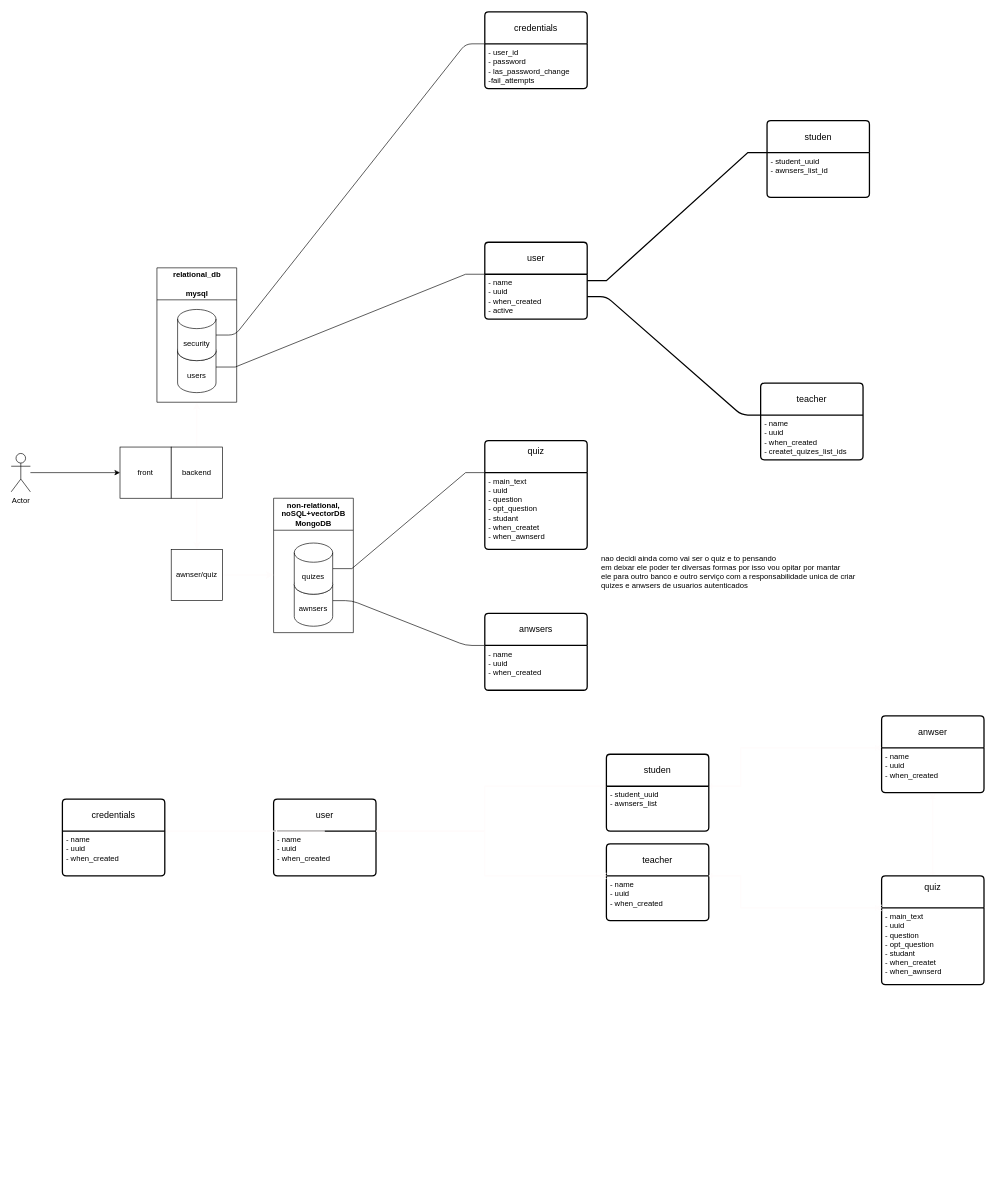
Above: doc/system-design.drawio in quiz2llm/quiz2llm (draw.io), before the change. Source tidied: cells renumbered, new cells numbered last; positions are measured from the earlier drawing's top-left corner, leaving out a move shared by most shapes. Both pictures are drawn from the tidied source at 64%, with x=0, y=0 at pixel (11, 12).
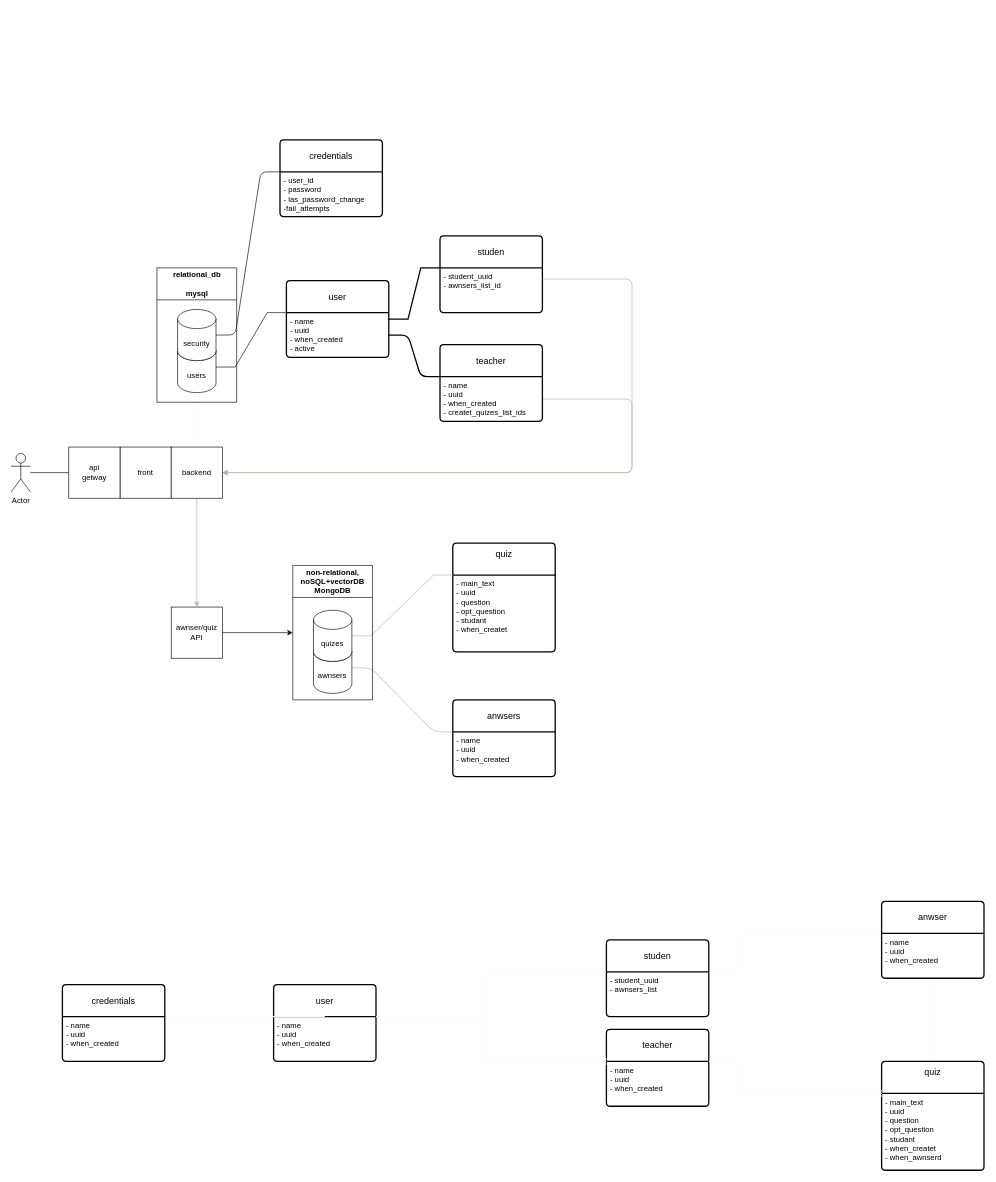
The same diagram, later.

Unchanged cells that the change refers to:
```xml
<mxCell id="3" value="front" style="whiteSpace=wrap;html=1;" parent="1" vertex="1">
  <mxGeometry x="170" y="680" width="80" height="80" as="geometry" />
</mxCell>
<mxCell id="6" value="&lt;div&gt;backend&lt;/div&gt;" style="whiteSpace=wrap;html=1;" parent="1" vertex="1">
  <mxGeometry x="250" y="680" width="80" height="80" as="geometry" />
</mxCell>
<mxCell id="14" value="Actor" style="shape=umlActor;verticalLabelPosition=bottom;verticalAlign=top;html=1;outlineConnect=0;" parent="1" vertex="1">
  <mxGeometry y="690" width="30" height="60" as="geometry" />
</mxCell>
<mxCell id="16" value="&lt;div&gt;- student_uuid&lt;/div&gt;&lt;div&gt;&lt;span style=&quot;background-color: initial;&quot;&gt;- awnsers_list_id&lt;/span&gt;&lt;/div&gt;&lt;div&gt;&lt;/div&gt;" style="align=left;strokeColor=none;fillColor=none;spacingLeft=4;spacingRight=4;fontSize=12;verticalAlign=top;html=1;whiteSpace=wrap;" parent="15" vertex="1">
  <mxGeometry y="50" width="160" height="70" as="geometry" />
</mxCell>
<mxCell id="18" value="&lt;div&gt;- name&lt;/div&gt;&lt;div&gt;- uuid&lt;/div&gt;&lt;div&gt;- when_created&lt;/div&gt;&lt;div&gt;- createt_quizes_list_ids&lt;/div&gt;" style="align=left;strokeColor=none;fillColor=none;spacingLeft=4;spacingRight=4;fontSize=12;verticalAlign=top;html=1;whiteSpace=wrap;" parent="17" vertex="1">
  <mxGeometry y="50" width="160" height="70" as="geometry" />
</mxCell>
<mxCell id="22" value="&lt;div&gt;- name&lt;/div&gt;&lt;div&gt;- uuid&lt;/div&gt;&lt;div&gt;- when_created&lt;/div&gt;" style="align=left;strokeColor=none;fillColor=none;spacingLeft=4;spacingRight=4;fontSize=12;verticalAlign=top;html=1;whiteSpace=wrap;" parent="21" vertex="1">
  <mxGeometry y="50" width="160" height="70" as="geometry" />
</mxCell>
<mxCell id="28" value="&lt;div&gt;- name&lt;/div&gt;&lt;div&gt;- uuid&lt;/div&gt;&lt;div&gt;- when_created&lt;/div&gt;" style="align=left;strokeColor=none;fillColor=none;spacingLeft=4;spacingRight=4;fontSize=12;verticalAlign=top;html=1;whiteSpace=wrap;strokeWidth=2;" parent="27" vertex="1">
  <mxGeometry y="50" width="160" height="70" as="geometry" />
</mxCell>
<mxCell id="31" value="&lt;div&gt;- main_text&lt;/div&gt;&lt;div&gt;- uuid&lt;br&gt;- question&lt;/div&gt;&lt;div&gt;- opt_question&lt;/div&gt;&lt;div&gt;- studant&lt;/div&gt;&lt;div&gt;- when_createt&lt;/div&gt;&lt;div&gt;- when_awnserd&lt;/div&gt;&lt;div&gt;&lt;br&gt;&lt;/div&gt;" style="align=left;strokeColor=none;fillColor=none;spacingLeft=4;spacingRight=4;fontSize=12;verticalAlign=top;html=1;whiteSpace=wrap;" parent="30" vertex="1">
  <mxGeometry y="50" width="160" height="120" as="geometry" />
</mxCell>
<mxCell id="34" value="&lt;div&gt;- student_uuid&lt;/div&gt;&lt;div&gt;&lt;span style=&quot;background-color: initial;&quot;&gt;- awnsers_list&lt;/span&gt;&lt;/div&gt;&lt;div&gt;&lt;/div&gt;" style="align=left;strokeColor=none;fillColor=none;spacingLeft=4;spacingRight=4;fontSize=12;verticalAlign=top;html=1;whiteSpace=wrap;strokeWidth=2;" parent="33" vertex="1">
  <mxGeometry y="50" width="160" height="70" as="geometry" />
</mxCell>
<mxCell id="36" value="&lt;div&gt;- name&lt;/div&gt;&lt;div&gt;- uuid&lt;/div&gt;&lt;div&gt;- when_created&lt;/div&gt;" style="align=left;strokeColor=none;fillColor=none;spacingLeft=4;spacingRight=4;fontSize=12;verticalAlign=top;html=1;whiteSpace=wrap;strokeWidth=2;" parent="35" vertex="1">
  <mxGeometry y="50" width="160" height="70" as="geometry" />
</mxCell>
<mxCell id="38" value="&lt;div&gt;- name&lt;/div&gt;&lt;div&gt;- uuid&lt;/div&gt;&lt;div&gt;- when_created&lt;/div&gt;" style="align=left;strokeColor=none;fillColor=none;spacingLeft=4;spacingRight=4;fontSize=12;verticalAlign=top;html=1;whiteSpace=wrap;" parent="37" vertex="1">
  <mxGeometry y="50" width="160" height="70" as="geometry" />
</mxCell>
<mxCell id="41" value="&lt;div&gt;- name&lt;/div&gt;&lt;div&gt;- uuid&lt;/div&gt;&lt;div&gt;- when_created&lt;/div&gt;" style="align=left;strokeColor=none;fillColor=none;spacingLeft=4;spacingRight=4;fontSize=12;verticalAlign=top;html=1;whiteSpace=wrap;" parent="40" vertex="1">
  <mxGeometry y="50" width="160" height="70" as="geometry" />
</mxCell>
<mxCell id="45" value="awnsers" style="shape=cylinder3;whiteSpace=wrap;html=1;boundedLbl=1;backgroundOutline=1;size=15;" parent="44" vertex="1">
  <mxGeometry x="32.3" y="120" width="60" height="80" as="geometry" />
</mxCell>
<mxCell id="46" value="quizes" style="shape=cylinder3;whiteSpace=wrap;html=1;boundedLbl=1;backgroundOutline=1;size=15;" parent="44" vertex="1">
  <mxGeometry x="32.3" y="70" width="60" height="80" as="geometry" />
</mxCell>
<mxCell id="50" value="relational_db&lt;br&gt;&lt;br&gt;mysql" style="swimlane;whiteSpace=wrap;html=1;startSize=50;" parent="49" vertex="1">
  <mxGeometry width="124.6" height="210" as="geometry" />
</mxCell>
```

Change to the diagram source:
```diff
@@
-    <mxCell id="2" style="edgeStyle=entityRelationEdgeStyle;html=1;entryX=0;entryY=0;entryDx=0;entryDy=0;endArrow=none;endFill=0;" parent="1" edge="1" source="45" target="22">
+    <mxCell id="2" style="edgeStyle=entityRelationEdgeStyle;html=1;entryX=0;entryY=0;entryDx=0;entryDy=0;endArrow=none;endFill=0;fillColor=#e3c800;strokeColor=#AFB0A9;" parent="1" edge="1" source="45" target="22">
       <mxGeometry relative="1" as="geometry" />
     </mxCell>
@@
+    <mxCell id="5" style="edgeStyle=orthogonalEdgeStyle;rounded=0;html=1;strokeColor=#FFFCFC;strokeWidth=2;startArrow=none;startFill=0;endArrow=classic;endFill=1;entryX=0.5;entryY=1;entryDx=0;entryDy=0;" parent="1" edge="1" source="6" target="50">
+      <mxGeometry relative="1" as="geometry" />
+    </mxCell>
-    <mxCell id="4" style="edgeStyle=orthogonalEdgeStyle;rounded=0;html=1;strokeColor=#FFFCFC;strokeWidth=2;startArrow=none;startFill=0;endArrow=classic;endFill=1;" parent="1" edge="1" source="6" target="48">
+    <mxCell id="4" style="edgeStyle=orthogonalEdgeStyle;html=1;entryX=0.5;entryY=0;entryDx=0;entryDy=0;strokeColor=#AFB0A9;" parent="1" edge="1" source="6" target="48">
       <mxGeometry relative="1" as="geometry" />
     </mxCell>
-    <mxCell id="5" style="edgeStyle=orthogonalEdgeStyle;rounded=0;html=1;strokeColor=#FFFCFC;strokeWidth=2;startArrow=none;startFill=0;endArrow=classic;endFill=1;entryX=0.5;entryY=1;entryDx=0;entryDy=0;" parent="1" edge="1" source="6" target="50">
-      <mxGeometry relative="1" as="geometry" />
-    </mxCell>
@@
     <mxCell id="8" value="user" style="swimlane;horizontal=1;startSize=50;rounded=1;fontSize=14;fontStyle=0;strokeWidth=2;shadow=0;dashed=0;align=center;arcSize=4;whiteSpace=wrap;html=1;" parent="1" vertex="1">
-      <mxGeometry x="740" y="360" width="160" height="120" as="geometry" />
+      <mxGeometry x="430" y="420" width="160" height="120" as="geometry" />
     </mxCell>
@@
     <mxCell id="10" value="&lt;div&gt;quiz&lt;/div&gt;&lt;div&gt;&lt;br&gt;&lt;/div&gt;" style="swimlane;horizontal=1;startSize=50;rounded=1;fontSize=14;fontStyle=0;strokeWidth=2;shadow=0;dashed=0;align=center;arcSize=4;whiteSpace=wrap;html=1;" parent="1" vertex="1">
-      <mxGeometry x="740" y="670" width="160" height="170" as="geometry" />
+      <mxGeometry x="690" y="830" width="160" height="170" as="geometry" />
     </mxCell>
-    <mxCell id="11" value="&lt;div&gt;- main_text&lt;/div&gt;&lt;div&gt;- uuid&lt;br&gt;- question&lt;/div&gt;&lt;div&gt;- opt_question&lt;/div&gt;&lt;div&gt;- studant&lt;/div&gt;&lt;div&gt;- when_createt&lt;/div&gt;&lt;div&gt;- when_awnserd&lt;/div&gt;&lt;div&gt;&lt;br&gt;&lt;/div&gt;" style="align=left;strokeColor=none;fillColor=none;spacingLeft=4;spacingRight=4;fontSize=12;verticalAlign=top;html=1;whiteSpace=wrap;" parent="10" vertex="1">
+    <mxCell id="11" value="&lt;div&gt;- main_text&lt;/div&gt;&lt;div&gt;- uuid&lt;br&gt;- question&lt;/div&gt;&lt;div&gt;- opt_question&lt;/div&gt;&lt;div&gt;- studant&lt;/div&gt;&lt;div&gt;- when_createt&lt;/div&gt;&lt;div&gt;&lt;br&gt;&lt;/div&gt;" style="align=left;strokeColor=none;fillColor=none;spacingLeft=4;spacingRight=4;fontSize=12;verticalAlign=top;html=1;whiteSpace=wrap;" parent="10" vertex="1">
       <mxGeometry y="50" width="160" height="120" as="geometry" />
     </mxCell>
@@
-    <mxCell id="13" style="edgeStyle=orthogonalEdgeStyle;rounded=0;jettySize=auto;html=1;entryX=0;entryY=0.5;entryDx=0;entryDy=0;" parent="1" edge="1" source="14" target="3">
-      <mxGeometry relative="1" as="geometry" />
-    </mxCell>
@@
     <mxCell id="15" value="studen" style="swimlane;horizontal=1;startSize=50;rounded=1;fontSize=14;fontStyle=0;strokeWidth=2;shadow=0;dashed=0;align=center;arcSize=4;whiteSpace=wrap;html=1;" parent="1" vertex="1">
-      <mxGeometry x="1181" y="170" width="160" height="120" as="geometry" />
+      <mxGeometry x="670" y="350" width="160" height="120" as="geometry" />
     </mxCell>
@@
+    <mxCell id="54" style="edgeStyle=orthogonalEdgeStyle;html=1;entryX=1;entryY=0.5;entryDx=0;entryDy=0;strokeColor=#AFB0A9;exitX=1;exitY=0.5;exitDx=0;exitDy=0;" parent="1" edge="1" source="18" target="6">
+      <mxGeometry relative="1" as="geometry">
+        <Array as="points">
+          <mxPoint x="970" y="605" />
+          <mxPoint x="970" y="720" />
+        </Array>
+      </mxGeometry>
+    </mxCell>
     <mxCell id="17" value="teacher" style="swimlane;horizontal=1;startSize=50;rounded=1;fontSize=14;fontStyle=0;strokeWidth=2;shadow=0;dashed=0;align=center;arcSize=4;whiteSpace=wrap;html=1;" parent="1" vertex="1">
-      <mxGeometry x="1171" y="580" width="160" height="120" as="geometry" />
+      <mxGeometry x="670" y="520" width="160" height="120" as="geometry" />
     </mxCell>
@@
-    <mxCell id="19" style="edgeStyle=entityRelationEdgeStyle;rounded=0;jettySize=auto;html=1;entryX=0;entryY=0;entryDx=0;entryDy=0;endArrow=none;endFill=0;" parent="1" edge="1" source="46" target="11">
+    <mxCell id="19" style="edgeStyle=entityRelationEdgeStyle;rounded=0;jettySize=auto;html=1;entryX=0;entryY=0;entryDx=0;entryDy=0;endArrow=none;endFill=0;fillColor=#e51400;strokeColor=#AFB0A9;" parent="1" edge="1" source="46" target="11">
       <mxGeometry relative="1" as="geometry" />
     </mxCell>
@@
     <mxCell id="21" value="anwsers" style="swimlane;horizontal=1;startSize=50;rounded=1;fontSize=14;fontStyle=0;strokeWidth=2;shadow=0;dashed=0;align=center;arcSize=4;whiteSpace=wrap;html=1;" parent="1" vertex="1">
-      <mxGeometry x="740" y="940" width="160" height="120" as="geometry" />
+      <mxGeometry x="690" y="1075" width="160" height="120" as="geometry" />
     </mxCell>
@@
     <mxCell id="23" value="credentials" style="swimlane;horizontal=1;startSize=50;rounded=1;fontSize=14;fontStyle=0;strokeWidth=2;shadow=0;dashed=0;align=center;arcSize=4;whiteSpace=wrap;html=1;" parent="1" vertex="1">
-      <mxGeometry x="740" width="160" height="120" as="geometry" />
+      <mxGeometry x="420" y="200" width="160" height="120" as="geometry" />
     </mxCell>
@@
     <mxCell id="26" style="edgeStyle=orthogonalEdgeStyle;rounded=0;html=1;entryX=0;entryY=0;entryDx=0;entryDy=0;strokeColor=#FFFCFC;strokeWidth=2;startArrow=ERone;startFill=0;endArrow=ERoneToMany;endFill=0;exitX=1;exitY=0;exitDx=0;exitDy=0;" parent="1" edge="1" source="28" target="34">
       <mxGeometry relative="1" as="geometry">
         <Array as="points">
-          <mxPoint x="740" y="1280" />
-          <mxPoint x="740" y="1210" />
+          <mxPoint x="740" y="1570" />
+          <mxPoint x="740" y="1500" />
         </Array>
       </mxGeometry>
     </mxCell>
     <mxCell id="27" value="user" style="swimlane;horizontal=1;startSize=50;rounded=1;fontSize=14;fontStyle=0;strokeWidth=2;shadow=0;dashed=0;align=center;arcSize=4;whiteSpace=wrap;html=1;" parent="1" vertex="1">
-      <mxGeometry x="410" y="1230" width="160" height="120" as="geometry" />
+      <mxGeometry x="410" y="1520" width="160" height="120" as="geometry" />
     </mxCell>
@@
-    <mxCell id="29" style="edgeStyle=orthogonalEdgeStyle;rounded=0;html=1;strokeColor=#FFFCFC;strokeWidth=2;startArrow=ERone;startFill=0;endArrow=ERoneToMany;endFill=0;" parent="1" edge="1" source="30" target="38">
-      <mxGeometry relative="1" as="geometry" />
+    <mxCell id="29" style="edgeStyle=orthogonalEdgeStyle;rounded=0;html=1;strokeColor=#FFFCFC;strokeWidth=2;startArrow=ERone;startFill=0;endArrow=ERoneToMany;endFill=0;" parent="1" edge="1">
+      <mxGeometry relative="1" as="geometry">
+        <mxPoint x="1440" y="1640" as="sourcePoint" />
+        <mxPoint x="1440" y="1510" as="targetPoint" />
+      </mxGeometry>
     </mxCell>
     <mxCell id="30" value="&lt;div&gt;quiz&lt;/div&gt;&lt;div&gt;&lt;br&gt;&lt;/div&gt;" style="swimlane;horizontal=1;startSize=50;rounded=1;fontSize=14;fontStyle=0;strokeWidth=2;shadow=0;dashed=0;align=center;arcSize=4;whiteSpace=wrap;html=1;" parent="1" vertex="1">
-      <mxGeometry x="1360" y="1350" width="160" height="170" as="geometry" />
+      <mxGeometry x="1360" y="1640" width="160" height="170" as="geometry" />
     </mxCell>
@@
-    <mxCell id="32" style="edgeStyle=orthogonalEdgeStyle;rounded=0;html=1;entryX=0;entryY=0;entryDx=0;entryDy=0;strokeColor=#FFFCFC;strokeWidth=2;startArrow=ERone;startFill=0;endArrow=ERoneToMany;endFill=0;exitX=1;exitY=0;exitDx=0;exitDy=0;" parent="1" edge="1" source="34" target="38">
+    <mxCell id="32" style="edgeStyle=orthogonalEdgeStyle;rounded=0;html=1;entryX=0;entryY=0;entryDx=0;entryDy=0;strokeColor=#FFFCFC;strokeWidth=2;startArrow=ERone;startFill=0;endArrow=ERoneToMany;endFill=0;exitX=1;exitY=0;exitDx=0;exitDy=0;" parent="1" edge="1" source="34">
       <mxGeometry relative="1" as="geometry">
+        <mxPoint x="1360" y="1440" as="targetPoint" />
         <Array as="points">
-          <mxPoint x="1140" y="1210" />
-          <mxPoint x="1140" y="1150" />
+          <mxPoint x="1140" y="1500" />
+          <mxPoint x="1140" y="1440" />
         </Array>
       </mxGeometry>
     </mxCell>
     <mxCell id="33" value="studen" style="swimlane;horizontal=1;startSize=50;rounded=1;fontSize=14;fontStyle=0;strokeWidth=2;shadow=0;dashed=0;align=center;arcSize=4;whiteSpace=wrap;html=1;" parent="1" vertex="1">
-      <mxGeometry x="930" y="1160" width="160" height="120" as="geometry" />
+      <mxGeometry x="930" y="1450" width="160" height="120" as="geometry" />
     </mxCell>
@@
     <mxCell id="35" value="teacher" style="swimlane;horizontal=1;startSize=50;rounded=1;fontSize=14;fontStyle=0;strokeWidth=2;shadow=0;dashed=0;align=center;arcSize=4;whiteSpace=wrap;html=1;" parent="1" vertex="1">
-      <mxGeometry x="930" y="1300" width="160" height="120" as="geometry" />
+      <mxGeometry x="930" y="1590" width="160" height="120" as="geometry" />
     </mxCell>
@@
     <mxCell id="37" value="anwser" style="swimlane;horizontal=1;startSize=50;rounded=1;fontSize=14;fontStyle=0;strokeWidth=2;shadow=0;dashed=0;align=center;arcSize=4;whiteSpace=wrap;html=1;" parent="1" vertex="1">
-      <mxGeometry x="1360" y="1100" width="160" height="120" as="geometry" />
+      <mxGeometry x="1360" y="1390" width="160" height="120" as="geometry" />
     </mxCell>
@@
     <mxCell id="39" style="edgeStyle=none;rounded=0;html=1;entryX=0;entryY=0;entryDx=0;entryDy=0;strokeColor=#FFFCFC;strokeWidth=2;startArrow=ERone;startFill=0;endArrow=ERone;endFill=0;exitX=1;exitY=0;exitDx=0;exitDy=0;" parent="1" edge="1" source="41" target="28">
       <mxGeometry relative="1" as="geometry">
         <Array as="points">
-          <mxPoint x="490" y="1280" />
+          <mxPoint x="490" y="1570" />
         </Array>
       </mxGeometry>
     </mxCell>
     <mxCell id="40" value="credentials" style="swimlane;horizontal=1;startSize=50;rounded=1;fontSize=14;fontStyle=0;strokeWidth=2;shadow=0;dashed=0;align=center;arcSize=4;whiteSpace=wrap;html=1;" parent="1" vertex="1">
-      <mxGeometry x="80" y="1230" width="160" height="120" as="geometry" />
+      <mxGeometry x="80" y="1520" width="160" height="120" as="geometry" />
     </mxCell>
@@
-    <mxCell id="42" style="edgeStyle=orthogonalEdgeStyle;rounded=0;html=1;strokeColor=#FFFCFC;strokeWidth=2;startArrow=ERone;startFill=0;endArrow=ERoneToMany;endFill=0;exitX=1;exitY=0;exitDx=0;exitDy=0;entryX=0;entryY=0;entryDx=0;entryDy=0;" parent="1" edge="1" source="36" target="31">
+    <mxCell id="42" style="edgeStyle=orthogonalEdgeStyle;rounded=0;html=1;strokeColor=#FFFCFC;strokeWidth=2;startArrow=ERone;startFill=0;endArrow=ERoneToMany;endFill=0;exitX=1;exitY=0;exitDx=0;exitDy=0;entryX=0;entryY=0;entryDx=0;entryDy=0;" parent="1" edge="1" source="36">
       <mxGeometry relative="1" as="geometry">
+        <mxPoint x="1360" y="1690" as="targetPoint" />
         <Array as="points">
-          <mxPoint x="1140" y="1350" />
-          <mxPoint x="1140" y="1400" />
+          <mxPoint x="1140" y="1640" />
+          <mxPoint x="1140" y="1690" />
         </Array>
       </mxGeometry>
     </mxCell>
     <mxCell id="43" style="edgeStyle=orthogonalEdgeStyle;rounded=0;html=1;exitX=1;exitY=0;exitDx=0;exitDy=0;entryX=0;entryY=0;entryDx=0;entryDy=0;strokeColor=#FFFCFC;strokeWidth=2;startArrow=ERone;startFill=0;endArrow=ERoneToMany;endFill=0;" parent="1" edge="1" source="28" target="36">
       <mxGeometry relative="1" as="geometry">
         <Array as="points">
-          <mxPoint x="740" y="1280" />
-          <mxPoint x="740" y="1350" />
+          <mxPoint x="740" y="1570" />
+          <mxPoint x="740" y="1640" />
         </Array>
       </mxGeometry>
     </mxCell>
     <mxCell id="44" value="non-relational, noSQL+vectorDB&lt;br&gt;MongoDB" style="swimlane;whiteSpace=wrap;html=1;startSize=50;" parent="1" vertex="1">
-      <mxGeometry x="410" y="760" width="124.6" height="210" as="geometry" />
+      <mxGeometry x="440" y="865" width="124.6" height="210" as="geometry" />
     </mxCell>
@@
-    <mxCell id="47" style="edgeStyle=orthogonalEdgeStyle;rounded=0;html=1;strokeColor=#FFFCFC;strokeWidth=2;startArrow=none;startFill=0;endArrow=classic;endFill=1;" parent="1" edge="1" source="48">
-      <mxGeometry relative="1" as="geometry">
-        <mxPoint x="410" y="880" as="targetPoint" />
-      </mxGeometry>
-    </mxCell>
+    <mxCell id="55" style="edgeStyle=none;html=1;entryX=0;entryY=0.5;entryDx=0;entryDy=0;" parent="1" edge="1" source="48" target="44">
+      <mxGeometry relative="1" as="geometry" />
+    </mxCell>
-    <mxCell id="48" value="&lt;div&gt;awnser/quiz&lt;/div&gt;" style="whiteSpace=wrap;html=1;" parent="1" vertex="1">
-      <mxGeometry x="250" y="840" width="80" height="80" as="geometry" />
+    <mxCell id="48" value="&lt;div&gt;awnser/quiz&lt;br&gt;API&lt;/div&gt;" style="whiteSpace=wrap;html=1;" parent="1" vertex="1">
+      <mxGeometry x="250" y="930" width="80" height="80" as="geometry" />
     </mxCell>
@@
-    <mxCell id="53" value="nao decidi ainda como vai ser o quiz e to pensando&amp;nbsp;&lt;br&gt;em deixar ele poder ter diversas formas por isso vou opitar por mantar&amp;nbsp;&lt;br&gt;ele para outro banco e outro serviço com a responsabilidade unica de criar&lt;br&gt;quizes e anwsers de usuarios autenticados&amp;nbsp;" style="text;html=1;align=left;verticalAlign=middle;strokeColor=none;fillColor=none;" parent="1" vertex="1">
-      <mxGeometry x="920" y="840" width="470" height="70" as="geometry" />
-    </mxCell>
+    <mxCell id="56" style="edgeStyle=orthogonalEdgeStyle;html=1;entryX=1;entryY=0.5;entryDx=0;entryDy=0;strokeColor=#AFB0A9;exitX=1;exitY=0.25;exitDx=0;exitDy=0;" parent="1" edge="1" source="16" target="6">
+      <mxGeometry relative="1" as="geometry">
+        <Array as="points">
+          <mxPoint x="970" y="418" />
+          <mxPoint x="970" y="720" />
+        </Array>
+      </mxGeometry>
+    </mxCell>
+    <mxCell id="57" style="edgeStyle=orthogonalEdgeStyle;rounded=0;jettySize=auto;html=1;entryX=0;entryY=0.5;entryDx=0;entryDy=0;endArrow=none;" parent="1" edge="1" source="14" target="58">
+      <mxGeometry relative="1" as="geometry" />
+    </mxCell>
+    <mxCell id="58" value="api&lt;br&gt;getway" style="whiteSpace=wrap;html=1;" parent="1" vertex="1">
+      <mxGeometry x="90" y="680" width="80" height="80" as="geometry" />
+    </mxCell>
```
